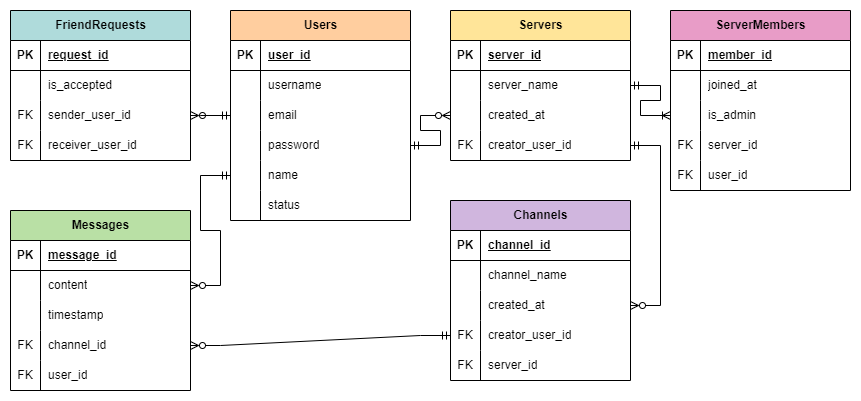
This is docs/ERD.png from theresaxn/Theresa-T2A2_APIWebserver, a draw.io export, as it was before one commit. Source tidied: cells renumbered, new cells last; positions are measured from the earlier drawing's top-left corner, leaving out a move shared by most shapes.
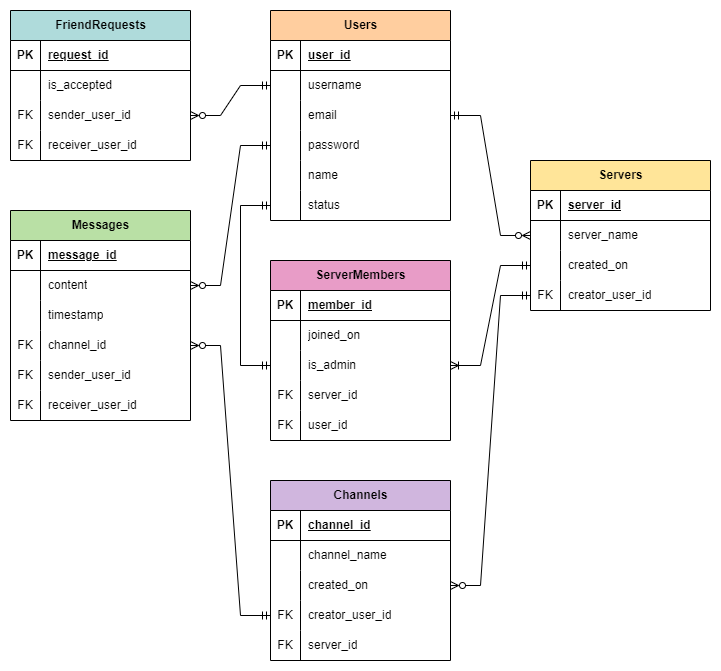
The same file after the commit.

What changed in the source:
```diff
@@ -3,7 +3,7 @@
     <mxCell id="0" />
     <mxCell id="1" parent="0" />
     <mxCell id="2" value="Users" style="shape=table;startSize=30;rowLines=0;fontStyle=1;align=center;html=1;fillColor=#FFCE9F;" parent="1" vertex="1">
-      <mxGeometry x="220" width="180" height="210" as="geometry" />
+      <mxGeometry x="260" width="180" height="210" as="geometry" />
     </mxCell>
     <mxCell id="3" style="shape=tableRow;horizontal=0;startSize=0;swimlaneHead=0;swimlaneBody=0;fillColor=none;top=0;left=0;right=0;bottom=1;" parent="2" vertex="1">
       <mxGeometry y="30" width="180" height="30" as="geometry" />
@@ -99,7 +99,7 @@
       <mxGeometry x="30" width="150" height="30" as="geometry" />
     </mxCell>
     <mxCell id="34" value="Messages" style="shape=table;startSize=30;rowLines=0;fontStyle=1;align=center;html=1;fillColor=#B9E0A5;" parent="1" vertex="1">
-      <mxGeometry y="200" width="180" height="180" as="geometry" />
+      <mxGeometry y="200" width="180" height="210" as="geometry" />
     </mxCell>
     <mxCell id="35" style="shape=tableRow;horizontal=0;startSize=0;swimlaneHead=0;swimlaneBody=0;fillColor=none;top=0;left=0;right=0;bottom=1;" parent="34" vertex="1">
       <mxGeometry y="30" width="180" height="30" as="geometry" />
@@ -143,11 +143,20 @@
     <mxCell id="48" value="FK" style="shape=partialRectangle;fillColor=none;top=0;left=0;bottom=0;right=0;overflow=hidden;whiteSpace=wrap;html=1;" parent="47" vertex="1">
       <mxGeometry width="30" height="30" as="geometry" />
     </mxCell>
-    <mxCell id="49" value="user_id" style="shape=partialRectangle;fillColor=none;top=0;left=0;bottom=0;right=0;align=left;spacingLeft=6;overflow=hidden;whiteSpace=wrap;html=1;" parent="47" vertex="1">
+    <mxCell id="49" value="sender_user_id" style="shape=partialRectangle;fillColor=none;top=0;left=0;bottom=0;right=0;align=left;spacingLeft=6;overflow=hidden;whiteSpace=wrap;html=1;" parent="47" vertex="1">
       <mxGeometry x="30" width="150" height="30" as="geometry" />
     </mxCell>
+    <mxCell id="101" style="shape=tableRow;horizontal=0;startSize=0;swimlaneHead=0;swimlaneBody=0;fillColor=none;top=0;left=0;right=0;bottom=0;" parent="34" vertex="1">
+      <mxGeometry y="180" width="180" height="30" as="geometry" />
+    </mxCell>
+    <mxCell id="102" value="FK" style="shape=partialRectangle;fillColor=none;top=0;left=0;bottom=0;right=0;overflow=hidden;whiteSpace=wrap;html=1;" parent="101" vertex="1">
+      <mxGeometry width="30" height="30" as="geometry" />
+    </mxCell>
+    <mxCell id="103" value="receiver_user_id" style="shape=partialRectangle;fillColor=none;top=0;left=0;bottom=0;right=0;align=left;spacingLeft=6;overflow=hidden;whiteSpace=wrap;html=1;" parent="101" vertex="1">
+      <mxGeometry x="30" width="150" height="30" as="geometry" />
+    </mxCell>
     <mxCell id="50" value="ServerMembers" style="shape=table;startSize=30;rowLines=0;fontStyle=1;align=center;html=1;fillColor=#E89CC7;" parent="1" vertex="1">
-      <mxGeometry x="660" width="180" height="180" as="geometry" />
+      <mxGeometry x="260" y="250" width="180" height="180" as="geometry" />
     </mxCell>
     <mxCell id="51" style="shape=tableRow;horizontal=0;startSize=0;swimlaneHead=0;swimlaneBody=0;fillColor=none;top=0;left=0;right=0;bottom=1;" parent="50" vertex="1">
       <mxGeometry y="30" width="180" height="30" as="geometry" />
@@ -164,7 +173,7 @@
     <mxCell id="55" style="shape=partialRectangle;fillColor=none;top=0;left=0;bottom=0;right=0;overflow=hidden;whiteSpace=wrap;html=1;" parent="54" vertex="1">
       <mxGeometry width="30" height="30" as="geometry" />
     </mxCell>
-    <mxCell id="56" value="joined_at" style="shape=partialRectangle;fillColor=none;top=0;left=0;bottom=0;right=0;align=left;spacingLeft=6;overflow=hidden;whiteSpace=wrap;html=1;" parent="54" vertex="1">
+    <mxCell id="56" value="joined_on" style="shape=partialRectangle;fillColor=none;top=0;left=0;bottom=0;right=0;align=left;spacingLeft=6;overflow=hidden;whiteSpace=wrap;html=1;" parent="54" vertex="1">
       <mxGeometry x="30" width="150" height="30" as="geometry" />
     </mxCell>
     <mxCell id="57" style="shape=tableRow;horizontal=0;startSize=0;swimlaneHead=0;swimlaneBody=0;fillColor=none;points=[[0,0.5],[1,0.5]];portConstraint=eastwest;top=0;left=0;right=0;bottom=0;" parent="50" vertex="1">
@@ -195,7 +204,7 @@
       <mxGeometry x="30" width="150" height="30" as="geometry" />
     </mxCell>
     <mxCell id="66" value="Servers" style="shape=table;startSize=30;rowLines=0;fontStyle=1;align=center;html=1;fillColor=#FFE599;" parent="1" vertex="1">
-      <mxGeometry x="440" width="180" height="150" as="geometry" />
+      <mxGeometry x="520" y="150" width="180" height="150" as="geometry" />
     </mxCell>
     <mxCell id="67" style="shape=tableRow;horizontal=0;startSize=0;swimlaneHead=0;swimlaneBody=0;fillColor=none;top=0;left=0;right=0;bottom=1;" parent="66" vertex="1">
       <mxGeometry y="30" width="180" height="30" as="geometry" />
@@ -221,7 +230,7 @@
     <mxCell id="74" style="shape=partialRectangle;fillColor=none;top=0;left=0;bottom=0;right=0;overflow=hidden;whiteSpace=wrap;html=1;" parent="73" vertex="1">
       <mxGeometry width="30" height="30" as="geometry" />
     </mxCell>
-    <mxCell id="75" value="created_at" style="shape=partialRectangle;fillColor=none;top=0;left=0;bottom=0;right=0;align=left;spacingLeft=6;overflow=hidden;whiteSpace=wrap;html=1;" parent="73" vertex="1">
+    <mxCell id="75" value="created_on" style="shape=partialRectangle;fillColor=none;top=0;left=0;bottom=0;right=0;align=left;spacingLeft=6;overflow=hidden;whiteSpace=wrap;html=1;" parent="73" vertex="1">
       <mxGeometry x="30" width="150" height="30" as="geometry" />
     </mxCell>
     <mxCell id="76" style="shape=tableRow;horizontal=0;startSize=0;swimlaneHead=0;swimlaneBody=0;fillColor=none;points=[[0,0.5],[1,0.5]];portConstraint=eastwest;top=0;left=0;right=0;bottom=0;" parent="66" vertex="1">
@@ -234,7 +243,7 @@
       <mxGeometry x="30" width="150" height="30" as="geometry" />
     </mxCell>
     <mxCell id="79" value="Channels" style="shape=table;startSize=30;rowLines=0;fontStyle=1;align=center;html=1;fillColor=#D0B6DE;" parent="1" vertex="1">
-      <mxGeometry x="440" y="190" width="180" height="180" as="geometry" />
+      <mxGeometry x="260" y="470" width="180" height="180" as="geometry" />
     </mxCell>
     <mxCell id="80" style="shape=tableRow;horizontal=0;startSize=0;swimlaneHead=0;swimlaneBody=0;fillColor=none;top=0;left=0;right=0;bottom=1;" parent="79" vertex="1">
       <mxGeometry y="30" width="180" height="30" as="geometry" />
@@ -260,7 +269,7 @@
     <mxCell id="87" style="shape=partialRectangle;fillColor=none;top=0;left=0;bottom=0;right=0;overflow=hidden;whiteSpace=wrap;html=1;" parent="86" vertex="1">
       <mxGeometry width="30" height="30" as="geometry" />
     </mxCell>
-    <mxCell id="88" value="created_at" style="shape=partialRectangle;fillColor=none;top=0;left=0;bottom=0;right=0;align=left;spacingLeft=6;overflow=hidden;whiteSpace=wrap;html=1;" parent="86" vertex="1">
+    <mxCell id="88" value="created_on" style="shape=partialRectangle;fillColor=none;top=0;left=0;bottom=0;right=0;align=left;spacingLeft=6;overflow=hidden;whiteSpace=wrap;html=1;" parent="86" vertex="1">
       <mxGeometry x="30" width="150" height="30" as="geometry" />
     </mxCell>
     <mxCell id="89" style="shape=tableRow;horizontal=0;startSize=0;swimlaneHead=0;swimlaneBody=0;fillColor=none;points=[[0,0.5],[1,0.5]];portConstraint=eastwest;top=0;left=0;right=0;bottom=0;" parent="79" vertex="1">
@@ -281,23 +290,30 @@
     <mxCell id="94" value="server_id" style="shape=partialRectangle;fillColor=none;top=0;left=0;bottom=0;right=0;align=left;spacingLeft=6;overflow=hidden;whiteSpace=wrap;html=1;" parent="92" vertex="1">
       <mxGeometry x="30" width="150" height="30" as="geometry" />
     </mxCell>
-    <mxCell id="95" style="edgeStyle=entityRelationEdgeStyle;fontSize=12;html=1;endArrow=ERzeroToMany;rounded=0;exitX=0;exitY=0.5;exitDx=0;exitDy=0;entryX=1;entryY=0.5;entryDx=0;entryDy=0;startArrow=ERmandOne;startFill=0;endFill=0;" parent="1" edge="1" source="15" target="38">
+    <mxCell id="95" style="edgeStyle=entityRelationEdgeStyle;fontSize=12;html=1;endArrow=ERzeroToMany;rounded=0;exitX=0;exitY=0.5;exitDx=0;exitDy=0;entryX=1;entryY=0.5;entryDx=0;entryDy=0;startArrow=ERmandOne;startFill=0;endFill=0;" parent="1" edge="1" source="12" target="38">
       <mxGeometry relative="1" as="geometry" />
     </mxCell>
-    <mxCell id="96" style="edgeStyle=entityRelationEdgeStyle;fontSize=12;html=1;endArrow=ERmandOne;rounded=0;exitX=1;exitY=0.5;exitDx=0;exitDy=0;entryX=0;entryY=0.5;entryDx=0;entryDy=0;startArrow=ERzeroToMany;startFill=0;endFill=0;" parent="1" edge="1" source="28" target="9">
+    <mxCell id="96" style="edgeStyle=entityRelationEdgeStyle;fontSize=12;html=1;endArrow=ERmandOne;rounded=0;exitX=1;exitY=0.5;exitDx=0;exitDy=0;entryX=0;entryY=0.5;entryDx=0;entryDy=0;startArrow=ERzeroToMany;startFill=0;endFill=0;" parent="1" edge="1" source="28" target="6">
       <mxGeometry relative="1" as="geometry" />
     </mxCell>
-    <mxCell id="97" style="edgeStyle=entityRelationEdgeStyle;fontSize=12;html=1;endArrow=ERzeroToMany;startArrow=ERmandOne;rounded=0;entryX=0;entryY=0.5;entryDx=0;entryDy=0;exitX=1;exitY=0.5;exitDx=0;exitDy=0;startFill=0;endFill=0;" parent="1" edge="1" source="12" target="73">
+    <mxCell id="97" style="edgeStyle=entityRelationEdgeStyle;fontSize=12;html=1;endArrow=ERzeroToMany;startArrow=ERmandOne;rounded=0;exitX=1;exitY=0.5;exitDx=0;exitDy=0;startFill=0;endFill=0;entryX=0;entryY=0.5;entryDx=0;entryDy=0;" parent="1" edge="1" source="9" target="70">
       <mxGeometry relative="1" as="geometry" />
     </mxCell>
-    <mxCell id="98" style="edgeStyle=entityRelationEdgeStyle;fontSize=12;html=1;endArrow=ERoneToMany;startArrow=ERmandOne;rounded=0;exitX=1;exitY=0.5;exitDx=0;exitDy=0;entryX=0;entryY=0.5;entryDx=0;entryDy=0;endFill=0;startFill=0;" parent="1" edge="1" source="70" target="57">
+    <mxCell id="98" style="edgeStyle=entityRelationEdgeStyle;fontSize=12;html=1;endArrow=ERoneToMany;startArrow=ERmandOne;rounded=0;exitX=0;exitY=0.5;exitDx=0;exitDy=0;entryX=1;entryY=0.5;entryDx=0;entryDy=0;endFill=0;startFill=0;" parent="1" edge="1" source="73" target="57">
       <mxGeometry relative="1" as="geometry" />
     </mxCell>
-    <mxCell id="99" style="edgeStyle=entityRelationEdgeStyle;fontSize=12;html=1;endArrow=ERzeroToMany;rounded=0;exitX=1;exitY=0.5;exitDx=0;exitDy=0;entryX=1;entryY=0.5;entryDx=0;entryDy=0;endFill=0;startArrow=ERmandOne;startFill=0;" parent="1" edge="1" source="76" target="86">
+    <mxCell id="99" style="edgeStyle=entityRelationEdgeStyle;fontSize=12;html=1;endArrow=ERzeroToMany;rounded=0;exitX=0;exitY=0.5;exitDx=0;exitDy=0;entryX=1;entryY=0.5;entryDx=0;entryDy=0;endFill=0;startArrow=ERmandOne;startFill=0;" parent="1" edge="1" source="76" target="86">
       <mxGeometry relative="1" as="geometry" />
     </mxCell>
     <mxCell id="100" style="edgeStyle=entityRelationEdgeStyle;fontSize=12;html=1;endArrow=ERzeroToMany;rounded=0;exitX=0;exitY=0.5;exitDx=0;exitDy=0;startArrow=ERmandOne;startFill=0;endFill=0;entryX=1;entryY=0.5;entryDx=0;entryDy=0;" parent="1" edge="1" source="89" target="44">
       <mxGeometry relative="1" as="geometry" />
     </mxCell>
+    <mxCell id="104" style="edgeStyle=elbowEdgeStyle;fontSize=12;html=1;endArrow=ERmandOne;startArrow=ERmandOne;rounded=0;exitX=0;exitY=0.5;exitDx=0;exitDy=0;entryX=0;entryY=0.5;entryDx=0;entryDy=0;endFill=0;" parent="1" edge="1" source="18" target="57">
+      <mxGeometry relative="1" as="geometry">
+        <Array as="points">
+          <mxPoint x="230" y="280" />
+        </Array>
+      </mxGeometry>
+    </mxCell>
   </root>
 </mxGraphModel>
```
